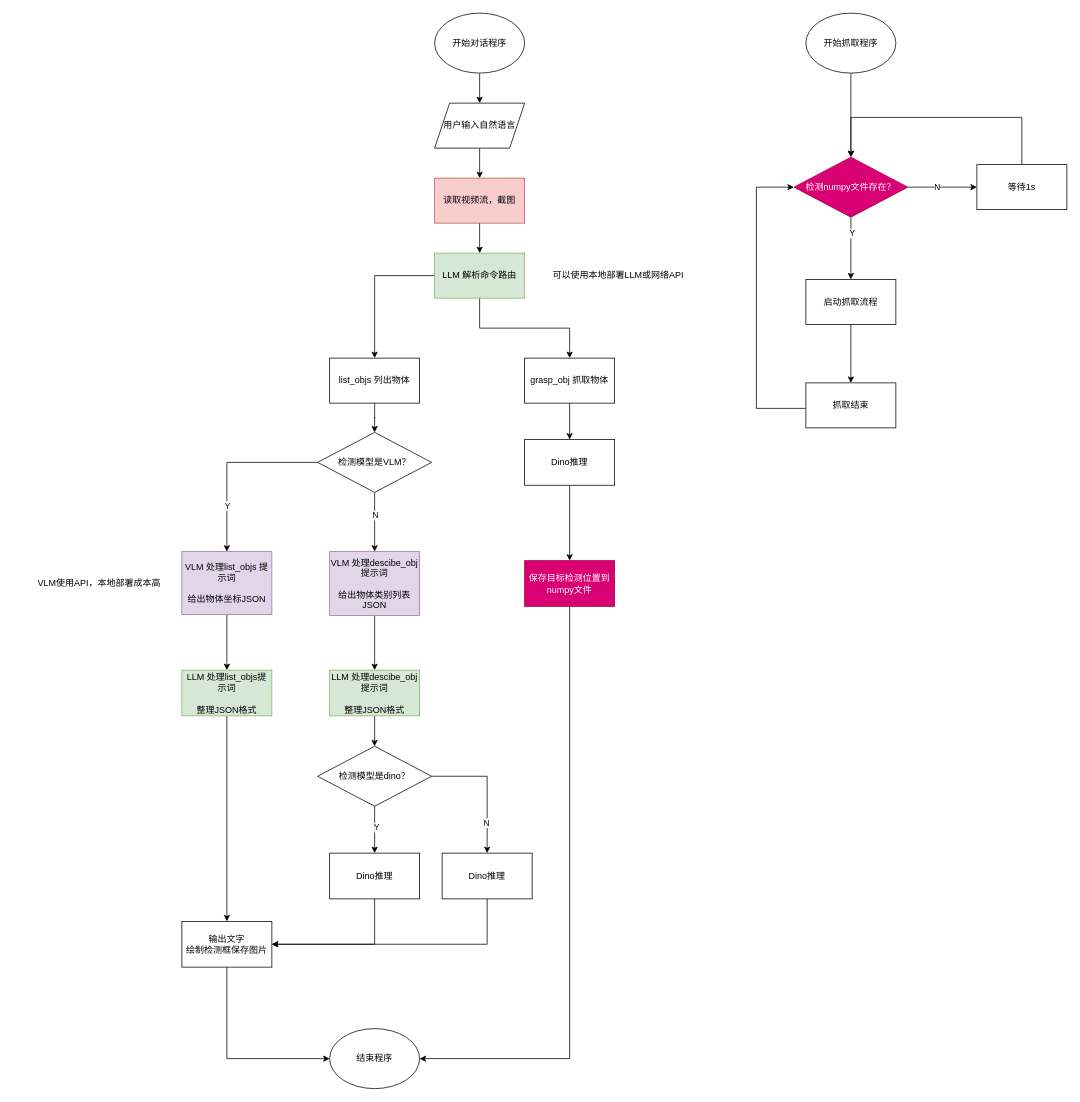
enpeizhao/drawio_disk keeps this draw.io diagram as page "第 5 页" (5 of 5) of 未命名绘图.drawio. Above is the earlier version. Source tidied: cells renumbered, new cells numbered last; positions are measured from the earlier drawing's top-left corner, leaving out a move shared by most shapes. Both pictures are drawn from the tidied source at 75%, with x=0, y=0 at pixel (13, 13).
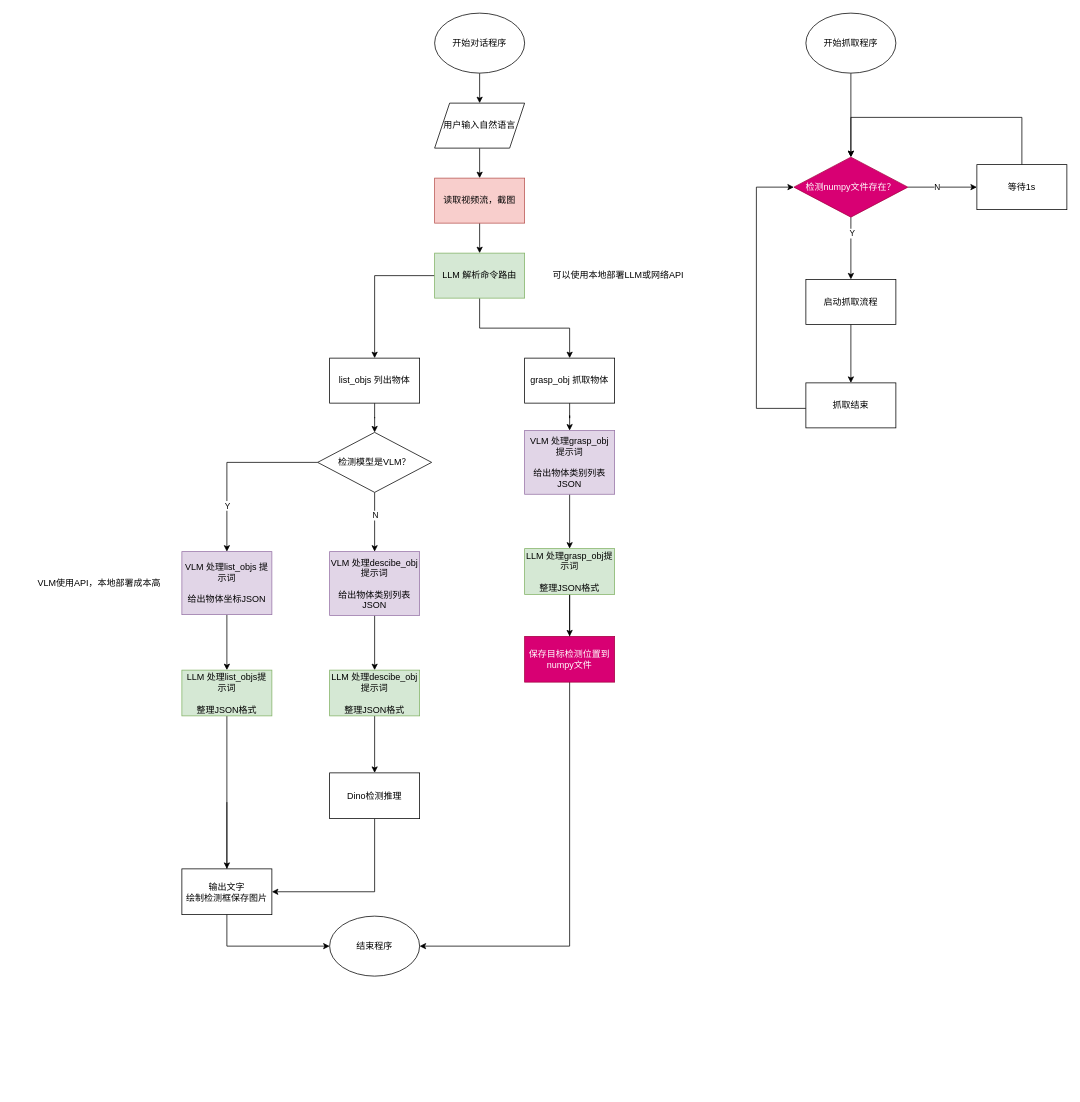
After the change.

Commit message:
更新未命名绘图.drawio

Unchanged cells that the change refers to:
```xml
<mxCell id="13" value="grasp_obj 抓取物体" style="rounded=0;whiteSpace=wrap;html=1;" parent="1" vertex="1">
  <mxGeometry x="682" y="460" width="120" height="60" as="geometry" />
</mxCell>
<mxCell id="30" value="LLM 处理descibe_obj提示词&lt;div&gt;&lt;br&gt;&lt;/div&gt;&lt;div&gt;整理JSON格式&lt;/div&gt;" style="whiteSpace=wrap;html=1;fillColor=#d5e8d4;strokeColor=#82b366;" parent="1" vertex="1">
  <mxGeometry x="422" y="876" width="120" height="61" as="geometry" />
</mxCell>
```

Change to the diagram source:
```diff
@@
-    <mxCell id="12" style="edgeStyle=orthogonalEdgeStyle;rounded=0;jettySize=auto;html=1;" parent="1" edge="1" source="13" target="42">
-      <mxGeometry relative="1" as="geometry" />
-    </mxCell>
+    <mxCell id="59" style="edgeStyle=orthogonalEdgeStyle;rounded=0;jettySize=auto;html=1;" parent="1" edge="1" source="13" target="61">
+      <mxGeometry relative="1" as="geometry" />
+    </mxCell>
@@
-    <mxCell id="27" style="edgeStyle=orthogonalEdgeStyle;rounded=0;jettySize=auto;html=1;entryX=0;entryY=0.5;entryDx=0;entryDy=0;" parent="1" edge="1" source="28" target="52">
+    <mxCell id="27" style="edgeStyle=orthogonalEdgeStyle;rounded=0;jettySize=auto;html=1;entryX=0;entryY=0.5;entryDx=0;entryDy=0;" parent="1" edge="1" target="52">
       <mxGeometry relative="1" as="geometry">
+        <mxPoint x="285" y="1052" as="sourcePoint" />
         <Array as="points">
-          <mxPoint x="285" y="1394" />
+          <mxPoint x="285" y="1244" />
         </Array>
       </mxGeometry>
     </mxCell>
     <mxCell id="28" value="输出文字&lt;br&gt;绘制检测框保存图片" style="whiteSpace=wrap;html=1;" parent="1" vertex="1">
-      <mxGeometry x="225" y="1211" width="120" height="61" as="geometry" />
+      <mxGeometry x="225" y="1141" width="120" height="61" as="geometry" />
     </mxCell>
-    <mxCell id="29" style="edgeStyle=orthogonalEdgeStyle;rounded=0;jettySize=auto;html=1;" parent="1" edge="1" source="30" target="35">
+    <mxCell id="29" style="edgeStyle=orthogonalEdgeStyle;rounded=0;jettySize=auto;html=1;entryX=0.5;entryY=0;entryDx=0;entryDy=0;" parent="1" edge="1" source="30" target="37">
       <mxGeometry relative="1" as="geometry" />
     </mxCell>
@@
-    <mxCell id="31" style="edgeStyle=orthogonalEdgeStyle;rounded=0;jettySize=auto;html=1;" parent="1" edge="1" source="35" target="37">
-      <mxGeometry relative="1" as="geometry" />
-    </mxCell>
-    <mxCell id="32" value="Y" style="edgeLabel;html=1;align=center;verticalAlign=middle;" parent="31" vertex="1">
-      <mxGeometry x="-0.12" y="2" relative="1" as="geometry" />
-    </mxCell>
-    <mxCell id="33" style="edgeStyle=orthogonalEdgeStyle;rounded=0;jettySize=auto;html=1;" parent="1" edge="1" source="35" target="39">
-      <mxGeometry relative="1" as="geometry" />
-    </mxCell>
-    <mxCell id="34" value="N" style="edgeLabel;html=1;align=center;verticalAlign=middle;" parent="33" vertex="1">
-      <mxGeometry x="0.53" y="-2" relative="1" as="geometry">
-        <mxPoint y="1" as="offset" />
-      </mxGeometry>
-    </mxCell>
-    <mxCell id="35" value="检测模型是dino？" style="rhombus;whiteSpace=wrap;html=1;" parent="1" vertex="1">
-      <mxGeometry x="406" y="977.5" width="152" height="80" as="geometry" />
-    </mxCell>
     <mxCell id="36" style="edgeStyle=orthogonalEdgeStyle;rounded=0;jettySize=auto;html=1;entryX=1;entryY=0.5;entryDx=0;entryDy=0;" parent="1" edge="1" source="37" target="28">
       <mxGeometry relative="1" as="geometry">
         <Array as="points">
-          <mxPoint x="482" y="1242" />
+          <mxPoint x="482" y="1172" />
         </Array>
       </mxGeometry>
     </mxCell>
-    <mxCell id="37" value="Dino推理" style="whiteSpace=wrap;html=1;" parent="1" vertex="1">
-      <mxGeometry x="422" y="1120" width="120" height="61" as="geometry" />
+    <mxCell id="37" value="Dino检测推理" style="whiteSpace=wrap;html=1;" parent="1" vertex="1">
+      <mxGeometry x="422" y="1013" width="120" height="61" as="geometry" />
     </mxCell>
-    <mxCell id="38" style="edgeStyle=orthogonalEdgeStyle;rounded=0;jettySize=auto;html=1;entryX=1;entryY=0.5;entryDx=0;entryDy=0;" parent="1" edge="1" source="39" target="28">
-      <mxGeometry relative="1" as="geometry">
-        <Array as="points">
-          <mxPoint x="632" y="1242" />
-        </Array>
-      </mxGeometry>
-    </mxCell>
-    <mxCell id="39" value="Dino推理" style="whiteSpace=wrap;html=1;" parent="1" vertex="1">
-      <mxGeometry x="572" y="1120" width="120" height="61" as="geometry" />
-    </mxCell>
@@
-    <mxCell id="41" style="edgeStyle=orthogonalEdgeStyle;rounded=0;jettySize=auto;html=1;" parent="1" edge="1" source="42" target="44">
-      <mxGeometry relative="1" as="geometry" />
-    </mxCell>
-    <mxCell id="42" value="Dino推理" style="whiteSpace=wrap;html=1;" parent="1" vertex="1">
-      <mxGeometry x="682" y="568.5" width="120" height="61" as="geometry" />
-    </mxCell>
-    <mxCell id="43" style="edgeStyle=orthogonalEdgeStyle;rounded=0;jettySize=auto;html=1;entryX=1;entryY=0.5;entryDx=0;entryDy=0;" parent="1" edge="1" source="44" target="52">
+    <mxCell id="43" style="edgeStyle=orthogonalEdgeStyle;rounded=0;jettySize=auto;html=1;entryX=1;entryY=0.5;entryDx=0;entryDy=0;" parent="1" edge="1" target="52">
       <mxGeometry relative="1" as="geometry">
+        <mxPoint x="742" y="742" as="sourcePoint" />
         <Array as="points">
-          <mxPoint x="742" y="1394" />
+          <mxPoint x="742" y="1244" />
         </Array>
       </mxGeometry>
     </mxCell>
     <mxCell id="44" value="保存目标检测位置到numpy文件" style="whiteSpace=wrap;html=1;fillColor=#d80073;fontColor=#ffffff;strokeColor=#A50040;" parent="1" vertex="1">
-      <mxGeometry x="682" y="730" width="120" height="61" as="geometry" />
+      <mxGeometry x="682" y="831" width="120" height="61" as="geometry" />
     </mxCell>
@@
     <mxCell id="52" value="结束程序" style="ellipse;whiteSpace=wrap;html=1;" parent="1" vertex="1">
-      <mxGeometry x="422" y="1354" width="120" height="80" as="geometry" />
+      <mxGeometry x="422" y="1204" width="120" height="80" as="geometry" />
     </mxCell>
@@
+    <mxCell id="60" style="edgeStyle=orthogonalEdgeStyle;rounded=0;jettySize=auto;html=1;" parent="1" edge="1" source="61" target="63">
+      <mxGeometry relative="1" as="geometry" />
+    </mxCell>
+    <mxCell id="61" value="VLM 处理grasp_obj 提示词&lt;div&gt;&lt;br&gt;&lt;div&gt;给出物体类别列表JSON&lt;/div&gt;&lt;/div&gt;" style="whiteSpace=wrap;html=1;fillColor=#e1d5e7;strokeColor=#9673a6;" parent="1" vertex="1">
+      <mxGeometry x="682" y="556.5" width="120" height="85" as="geometry" />
+    </mxCell>
+    <mxCell id="62" style="edgeStyle=orthogonalEdgeStyle;rounded=0;jettySize=auto;html=1;" parent="1" edge="1" source="63" target="44">
+      <mxGeometry relative="1" as="geometry" />
+    </mxCell>
+    <mxCell id="63" value="LLM 处理grasp_obj提示词&lt;div&gt;&lt;br&gt;&lt;/div&gt;&lt;div&gt;整理JSON格式&lt;/div&gt;" style="whiteSpace=wrap;html=1;fillColor=#d5e8d4;strokeColor=#82b366;" parent="1" vertex="1">
+      <mxGeometry x="682" y="714" width="120" height="61" as="geometry" />
+    </mxCell>
```
